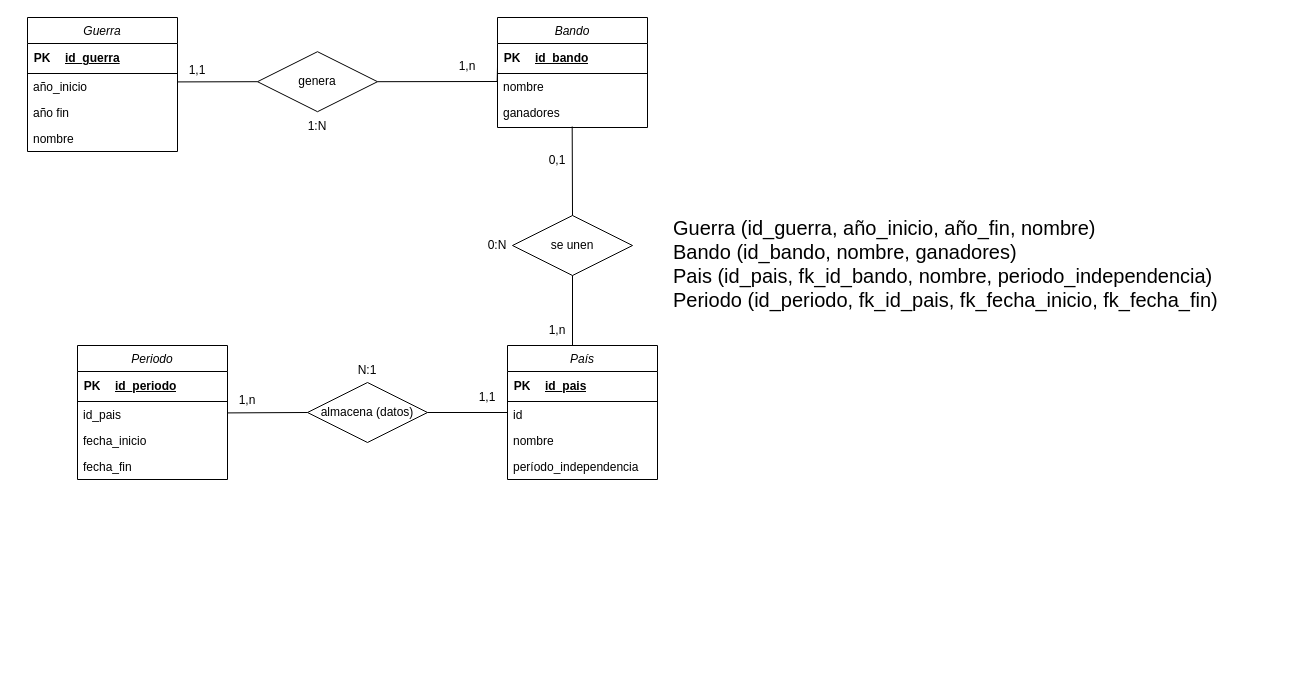
Above: Ejercicio04.drawio in Daninuro/diagrames-cvf-dn-mpl-n-11102023 (draw.io), before the change. Source tidied: cells renumbered, new cells numbered last; positions are measured from the earlier drawing's top-left corner, leaving out a move shared by most shapes. Both pictures are drawn from the tidied source at 100%, with x=0, y=0 at pixel (27, 17).
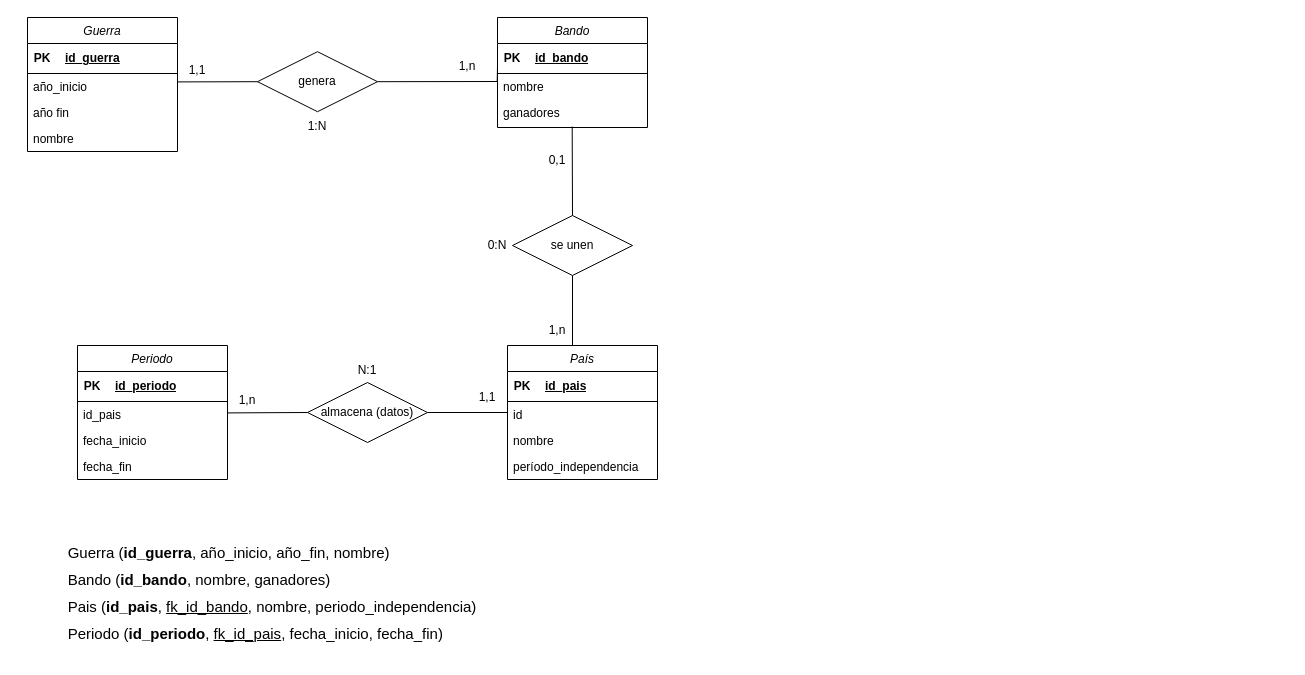
Above is the later version.

What changed in the source:
```diff
@@
-    <mxCell id="52" value="Guerra (id_guerra, año_inicio, año_fin, nombre)&#10;Bando (id_bando, nombre, ganadores)&#10;Pais (id_pais, fk_id_bando, nombre, periodo_independencia)&#10;Periodo (id_periodo, fk_id_pais, fk_fecha_inicio, fk_fecha_fin)" style="text;align=left;verticalAlign=top;spacingLeft=4;spacingRight=4;overflow=hidden;rounded=0;shadow=0;html=0;fontStyle=0;fontSize=20;" parent="1" vertex="1">
-      <mxGeometry x="640" y="192" width="620" height="128" as="geometry" />
-    </mxCell>
+    <mxCell id="53" value="&lt;div style=&quot;text-align: justify; font-size: 15px; line-height: 180%;&quot;&gt;&lt;span style=&quot;background-color: initial;&quot;&gt;&lt;font style=&quot;font-size: 15px;&quot;&gt;Guerra (&lt;b&gt;id_guerra&lt;/b&gt;, año_inicio, año_fin, nombre)&lt;/font&gt;&lt;/span&gt;&lt;/div&gt;&lt;font style=&quot;font-size: 15px;&quot;&gt;&lt;span style=&quot;text-align: left;&quot;&gt;&lt;div style=&quot;text-align: justify; line-height: 180%;&quot;&gt;&lt;span style=&quot;background-color: initial;&quot;&gt;Bando (&lt;b&gt;id_bando&lt;/b&gt;, nombre, ganadores)&lt;/span&gt;&lt;/div&gt;&lt;/span&gt;&lt;span style=&quot;text-align: left;&quot;&gt;&lt;div style=&quot;text-align: justify; line-height: 180%;&quot;&gt;&lt;span style=&quot;background-color: initial;&quot;&gt;Pais (&lt;b&gt;id_pais&lt;/b&gt;, &lt;u&gt;fk_id_bando&lt;/u&gt;, nombre, periodo_independencia)&lt;/span&gt;&lt;/div&gt;&lt;/span&gt;&lt;span style=&quot;text-align: left;&quot;&gt;&lt;div style=&quot;text-align: justify; line-height: 180%;&quot;&gt;&lt;span style=&quot;background-color: initial;&quot;&gt;Periodo (&lt;b&gt;id_periodo&lt;/b&gt;, &lt;u&gt;fk_id_pais&lt;/u&gt;, fecha_inicio, fecha_fin)&lt;/span&gt;&lt;/div&gt;&lt;/span&gt;&lt;/font&gt;" style="text;html=1;strokeColor=none;fillColor=none;align=center;verticalAlign=middle;whiteSpace=wrap;rounded=0;" parent="1" vertex="1">
+      <mxGeometry x="-10" y="510" width="510" height="130" as="geometry" />
+    </mxCell>
```
